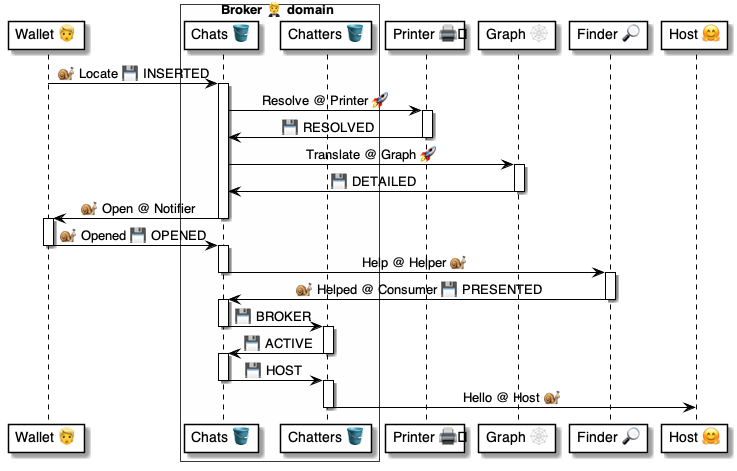
Above: 4 ⚙️ Solution/20 🧑‍🦰 UI/Brokers 🤵/🤵🪣 Broker tables/Chats 💬 table/🪣🧱 10 Open ⏩ Flow/🤵 Broker.Chats.Open ⚙️ uml.png in pollyweb-org/pollyweb-docs (PlantUML), before the change. Its source is kept beside it as 4 ⚙️ Solution/20 🧑‍🦰 UI/Brokers 🤵/🤵🪣 Broker tables/Chats 💬 table/🪣🧱 10 Open ⏩ Flow/🤵 Broker.Chats.Open ⚙️ uml.puml.
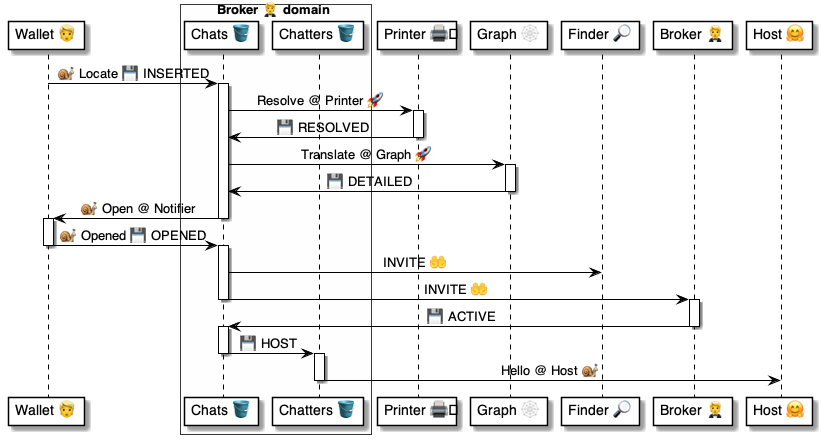
The same file after the commit.

What changed in the source:
```diff
@@ -8,6 +8,7 @@
 participant "Printer 🖨️" as printer
 participant "Graph 🕸" as graph
 participant "Finder 🔎" as finder
+participant "Broker 🤵" as broker
 participant "Host 🤗" as host
 
 wallet -> chats: 🐌 Locate 💾 INSERTED
@@ -32,20 +33,13 @@
 deactivate wallet
 
 activate chats
-    chats -> finder: Help @ Helper 🐌
+    chats -> finder: INVITE 🤲
+    chats -> broker: INVITE 🤲
 deactivate chats
 
-activate finder
-    finder -> chats: 🐌 Helped @ Consumer 💾 PRESENTED
-deactivate finder
-
-activate chats
-    chats -> chatters: 💾 BROKER
-deactivate chats
-
-activate chatters
-    chatters -> chats: 💾 ACTIVE
-deactivate chatters
+activate broker
+    broker -> chats: 💾 ACTIVE
+deactivate broker
 
 activate chats
     chats -> chatters: 💾 HOST
```
